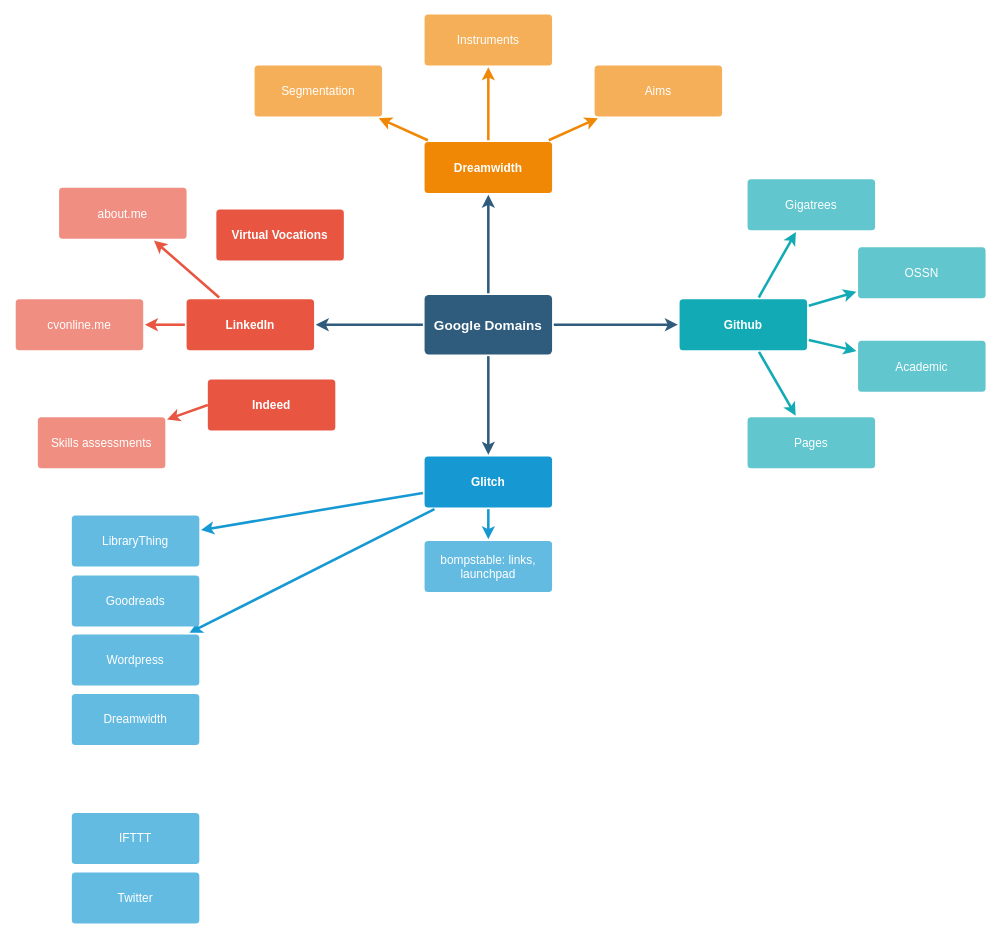
Earlier version of the draw.io diagram meweb.drawio (laurelyn/laurelyn.github.io). Source tidied: cells renumbered, new cells numbered last; positions are measured from the earlier drawing's top-left corner, leaving out a move shared by most shapes. Both pictures are drawn from the tidied source at 85%, with x=0, y=0 at pixel (15, 14).
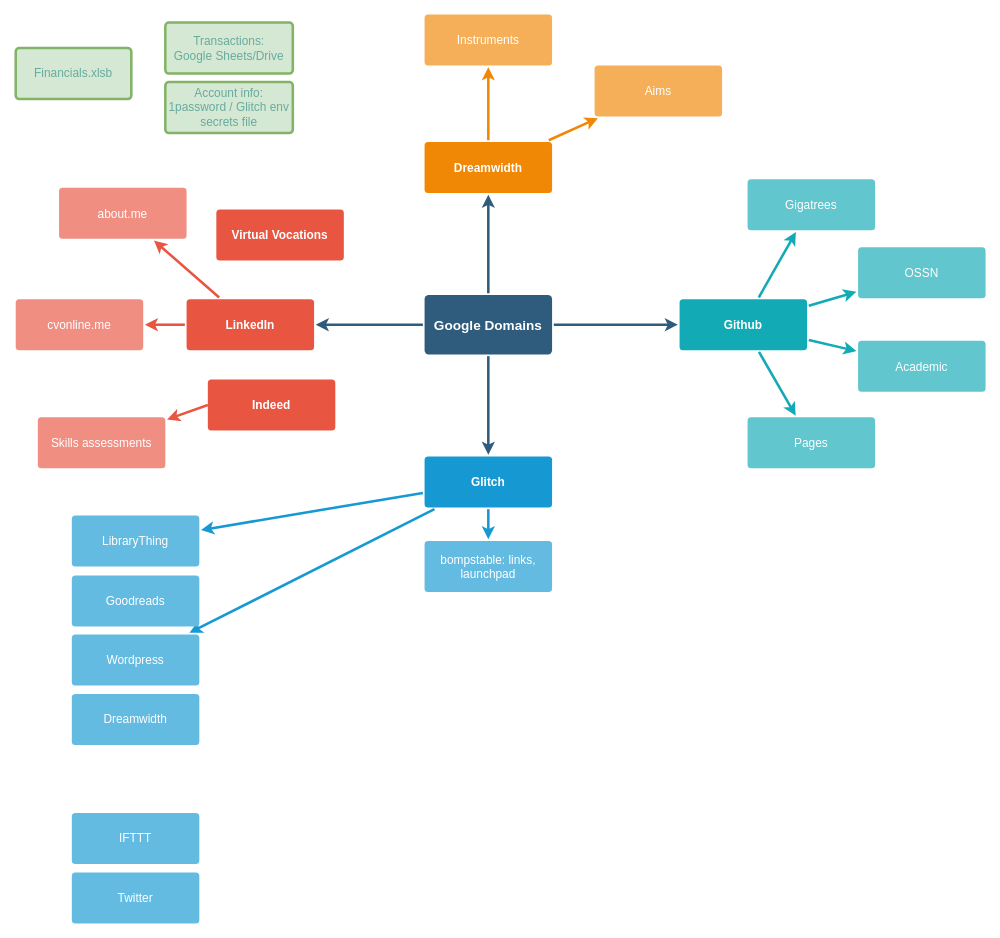
Above is the later version.

The change refers to these unchanged cells:
```xml
<mxCell id="21" value="Dreamwidth" style="rounded=1;whiteSpace=wrap;html=1;shadow=0;labelBackgroundColor=none;strokeColor=none;strokeWidth=3;fillColor=#F08705;fontFamily=Helvetica;fontSize=14;fontColor=#FFFFFF;align=center;spacing=5;fontStyle=1;arcSize=7;perimeterSpacing=2;" parent="1" vertex="1">
  <mxGeometry x="481" y="150.5" width="150" height="60" as="geometry" />
</mxCell>
```

Change to the diagram source:
```diff
@@
-    <mxCell id="26" value="Segmentation" style="rounded=1;whiteSpace=wrap;html=1;shadow=0;labelBackgroundColor=none;strokeColor=none;strokeWidth=3;fillColor=#f5af58;fontFamily=Helvetica;fontSize=14;fontColor=#FFFFFF;align=center;spacing=5;arcSize=7;perimeterSpacing=2;" parent="1" vertex="1">
-      <mxGeometry x="281" y="60.5" width="150" height="60" as="geometry" />
+    <mxCell id="26" value="Financials.xlsb" style="rounded=1;whiteSpace=wrap;html=1;shadow=0;labelBackgroundColor=none;strokeColor=#82b366;strokeWidth=3;fillColor=#d5e8d4;fontFamily=Helvetica;fontSize=14;align=center;spacing=5;arcSize=7;perimeterSpacing=2;fontColor=#67AB9F;" parent="1" vertex="1">
+      <mxGeometry y="40" width="136" height="60" as="geometry" />
     </mxCell>
-    <mxCell id="27" style="edgeStyle=none;rounded=0;jumpStyle=none;html=1;shadow=0;labelBackgroundColor=none;startArrow=none;startFill=0;endArrow=classic;endFill=1;jettySize=auto;strokeColor=#F08705;strokeWidth=3;fontFamily=Helvetica;fontSize=14;fontColor=#FFFFFF;spacing=5;" parent="1" edge="1" source="21" target="26">
-      <mxGeometry relative="1" as="geometry" />
-    </mxCell>
@@
+    <mxCell id="43" value="Account info: 1password / Glitch env secrets file" style="rounded=1;whiteSpace=wrap;html=1;shadow=0;labelBackgroundColor=none;strokeColor=#82b366;strokeWidth=3;fillColor=#d5e8d4;fontFamily=Helvetica;fontSize=14;align=center;spacing=5;arcSize=7;perimeterSpacing=2;fontColor=#67AB9F;" parent="1" vertex="1">
+      <mxGeometry x="176" y="80" width="150" height="60" as="geometry" />
+    </mxCell>
+    <mxCell id="44" value="Transactions:&lt;br&gt;Google Sheets/Drive" style="rounded=1;whiteSpace=wrap;html=1;shadow=0;labelBackgroundColor=none;strokeColor=#82b366;strokeWidth=3;fillColor=#d5e8d4;fontFamily=Helvetica;fontSize=14;align=center;spacing=5;arcSize=7;perimeterSpacing=2;fontColor=#67AB9F;" parent="1" vertex="1">
+      <mxGeometry x="176" y="10" width="150" height="60" as="geometry" />
+    </mxCell>
```
